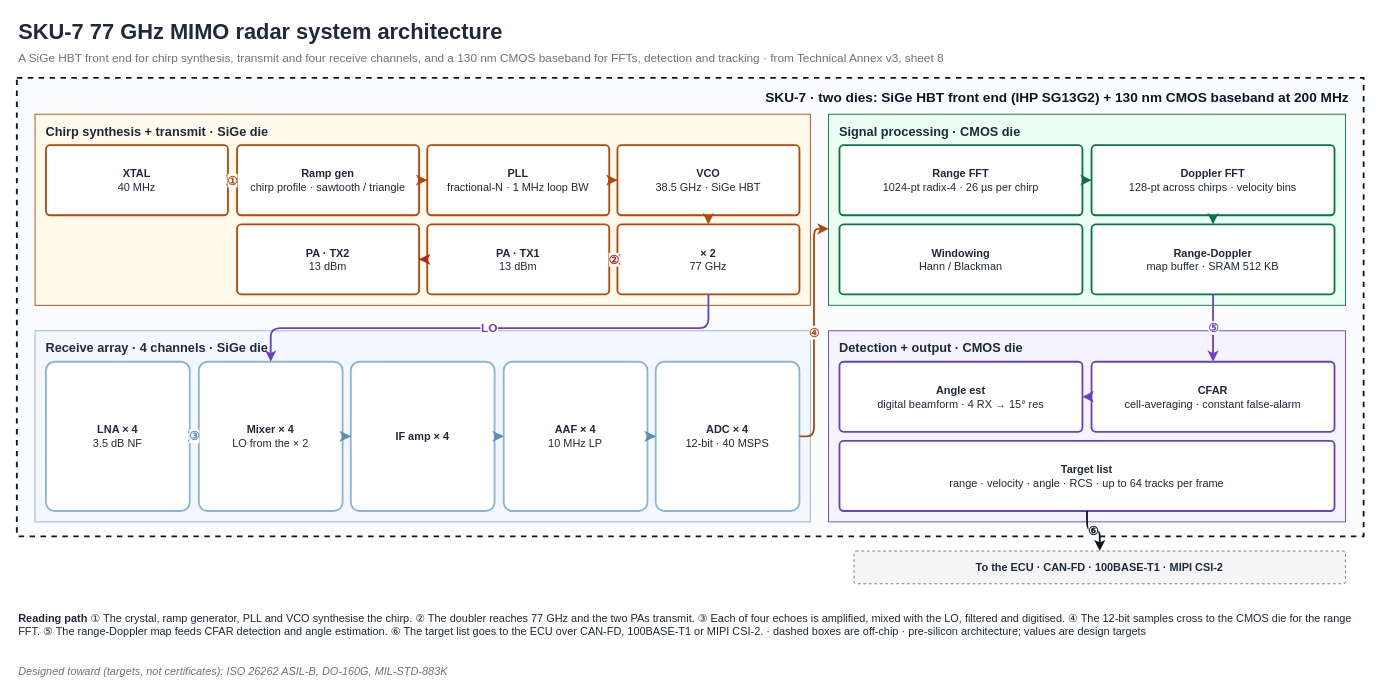
Before: public/downloads/sku-7-architecture.drawio in shekerkamma/deepgrid-dr-silicon-v10, a draw.io diagram. Source tidied: cells renumbered, new cells numbered last; positions are measured from the earlier drawing's top-left corner, leaving out a move shared by most shapes. Both pictures are drawn from the tidied source at 91%, with x=0, y=0 at pixel (16, 15).
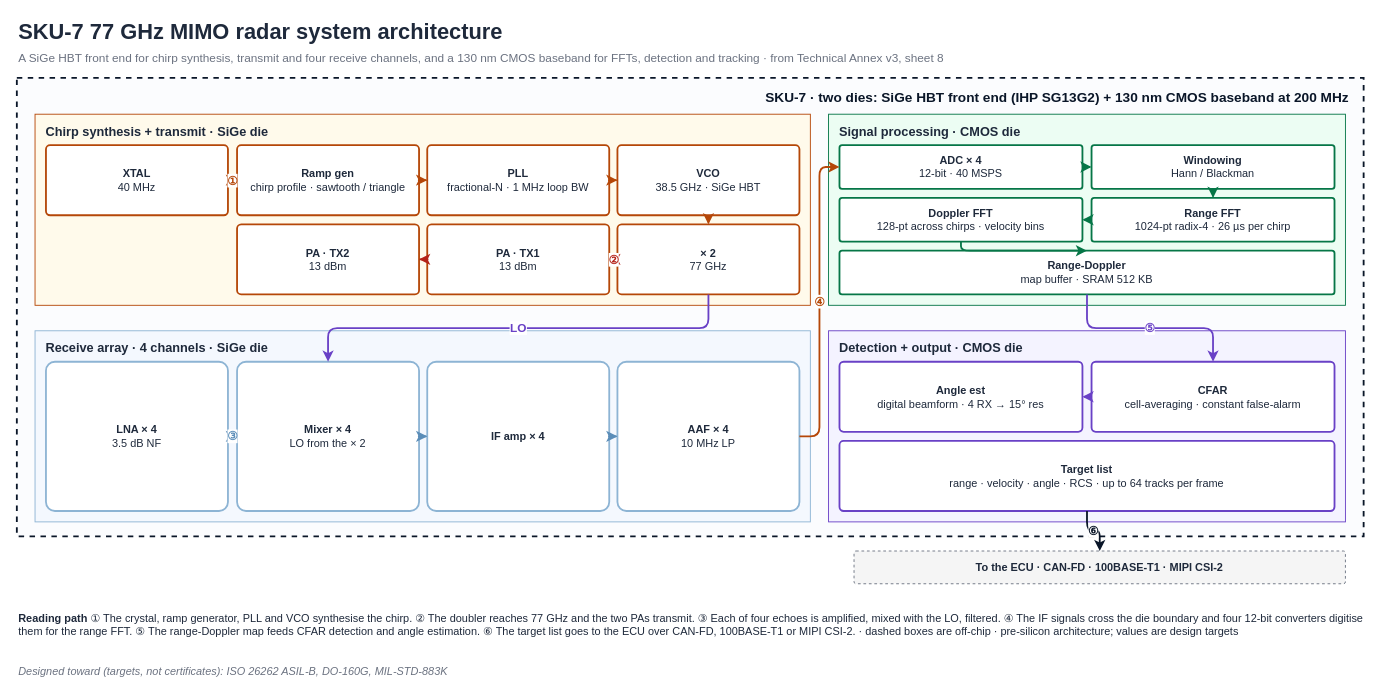
After the change.

Commit message (it also covers changes not shown here):
fix(v6): SKU-7 converters sit on the CMOS die, as the product page states

Unchanged cells that the change refers to:
```xml
<mxCell id="12" value="&lt;b&gt;× 2&lt;/b&gt;&lt;br&gt;77 GHz" style="rounded=1;whiteSpace=wrap;html=1;fillColor=#FFFFFF;strokeColor=#B54708;strokeWidth=2;fontSize=12;fontColor=#1E293B;arcSize=6;" parent="1" vertex="1">
  <mxGeometry x="660" y="229" width="200" height="77" as="geometry" />
</mxCell>
<mxCell id="13" value="Signal processing · CMOS die" style="rounded=0;whiteSpace=wrap;html=1;fillColor=#ECFDF3;strokeColor=#067647;verticalAlign=top;align=left;spacingLeft=10;spacingTop=4;fontSize=14;fontStyle=1;fontColor=#1E293B;" parent="1" vertex="1">
  <mxGeometry x="892" y="108" width="568" height="210" as="geometry" />
</mxCell>
<mxCell id="25" value="&lt;b&gt;Angle est&lt;/b&gt;&lt;br&gt;digital beamform · 4 RX → 15° res" style="rounded=1;whiteSpace=wrap;html=1;fillColor=#FFFFFF;strokeColor=#6941C6;strokeWidth=2;fontSize=12;fontColor=#1E293B;arcSize=6;" parent="1" vertex="1">
  <mxGeometry x="904" y="380" width="267" height="77" as="geometry" />
</mxCell>
<mxCell id="26" value="&lt;b&gt;CFAR&lt;/b&gt;&lt;br&gt;cell-averaging · constant false-alarm" style="rounded=1;whiteSpace=wrap;html=1;fillColor=#FFFFFF;strokeColor=#6941C6;strokeWidth=2;fontSize=12;fontColor=#1E293B;arcSize=6;" parent="1" vertex="1">
  <mxGeometry x="1181" y="380" width="267" height="77" as="geometry" />
</mxCell>
<mxCell id="27" value="&lt;b&gt;Target list&lt;/b&gt;&lt;br&gt;range · velocity · angle · RCS · up to 64 tracks per frame" style="rounded=1;whiteSpace=wrap;html=1;fillColor=#FFFFFF;strokeColor=#6941C6;strokeWidth=2;fontSize=12;fontColor=#1E293B;arcSize=6;" parent="1" vertex="1">
  <mxGeometry x="904" y="467" width="544" height="77" as="geometry" />
</mxCell>
<mxCell id="28" value="&lt;b&gt;To the ECU · CAN-FD · 100BASE-T1 · MIPI CSI-2&lt;/b&gt;" style="rounded=1;whiteSpace=wrap;html=1;fillColor=#F5F5F5;strokeColor=#6B7280;dashed=1;fontSize=12;fontColor=#1E293B;arcSize=6;" parent="1" vertex="1">
  <mxGeometry x="920" y="588" width="540" height="36" as="geometry" />
</mxCell>
```

The edit, as a diff of the source:
```diff
@@
-    <mxCell id="14" value="&lt;b&gt;Range FFT&lt;/b&gt;&lt;br&gt;1024-pt radix-4 · 26 µs per chirp" style="rounded=1;whiteSpace=wrap;html=1;fillColor=#FFFFFF;strokeColor=#067647;strokeWidth=2;fontSize=12;fontColor=#1E293B;arcSize=6;" parent="1" vertex="1">
-      <mxGeometry x="904" y="142" width="267" height="77" as="geometry" />
+    <mxCell id="14" value="&lt;b&gt;ADC × 4&lt;/b&gt;&lt;br&gt;12-bit · 40 MSPS" style="rounded=1;whiteSpace=wrap;html=1;fillColor=#FFFFFF;strokeColor=#067647;strokeWidth=2;fontSize=12;fontColor=#1E293B;arcSize=6;" parent="1" vertex="1">
+      <mxGeometry x="904" y="142" width="267" height="48" as="geometry" />
     </mxCell>
-    <mxCell id="15" value="&lt;b&gt;Doppler FFT&lt;/b&gt;&lt;br&gt;128-pt across chirps · velocity bins" style="rounded=1;whiteSpace=wrap;html=1;fillColor=#FFFFFF;strokeColor=#067647;strokeWidth=2;fontSize=12;fontColor=#1E293B;arcSize=6;" parent="1" vertex="1">
-      <mxGeometry x="1181" y="142" width="267" height="77" as="geometry" />
+    <mxCell id="15" value="&lt;b&gt;Windowing&lt;/b&gt;&lt;br&gt;Hann / Blackman" style="rounded=1;whiteSpace=wrap;html=1;fillColor=#FFFFFF;strokeColor=#067647;strokeWidth=2;fontSize=12;fontColor=#1E293B;arcSize=6;" parent="1" vertex="1">
+      <mxGeometry x="1181" y="142" width="267" height="48" as="geometry" />
     </mxCell>
-    <mxCell id="16" value="&lt;b&gt;Windowing&lt;/b&gt;&lt;br&gt;Hann / Blackman" style="rounded=1;whiteSpace=wrap;html=1;fillColor=#FFFFFF;strokeColor=#067647;strokeWidth=2;fontSize=12;fontColor=#1E293B;arcSize=6;" parent="1" vertex="1">
-      <mxGeometry x="904" y="229" width="267" height="77" as="geometry" />
+    <mxCell id="16" value="&lt;b&gt;Doppler FFT&lt;/b&gt;&lt;br&gt;128-pt across chirps · velocity bins" style="rounded=1;whiteSpace=wrap;html=1;fillColor=#FFFFFF;strokeColor=#067647;strokeWidth=2;fontSize=12;fontColor=#1E293B;arcSize=6;" parent="1" vertex="1">
+      <mxGeometry x="904" y="200" width="267" height="48" as="geometry" />
     </mxCell>
-    <mxCell id="17" value="&lt;b&gt;Range-Doppler&lt;/b&gt;&lt;br&gt;map buffer · SRAM 512 KB" style="rounded=1;whiteSpace=wrap;html=1;fillColor=#FFFFFF;strokeColor=#067647;strokeWidth=2;fontSize=12;fontColor=#1E293B;arcSize=6;" parent="1" vertex="1">
-      <mxGeometry x="1181" y="229" width="267" height="77" as="geometry" />
+    <mxCell id="17" value="&lt;b&gt;Range FFT&lt;/b&gt;&lt;br&gt;1024-pt radix-4 · 26 µs per chirp" style="rounded=1;whiteSpace=wrap;html=1;fillColor=#FFFFFF;strokeColor=#067647;strokeWidth=2;fontSize=12;fontColor=#1E293B;arcSize=6;" parent="1" vertex="1">
+      <mxGeometry x="1181" y="200" width="267" height="48" as="geometry" />
     </mxCell>
-    <mxCell id="18" value="Receive array · 4 channels · SiGe die" style="rounded=0;whiteSpace=wrap;html=1;fillColor=#F4F8FE;strokeColor=#8DB4D4;verticalAlign=top;align=left;spacingLeft=10;spacingTop=4;fontSize=14;fontStyle=1;fontColor=#1E293B;" parent="1" vertex="1">
-      <mxGeometry x="20" y="346" width="852" height="210" as="geometry" />
+    <mxCell id="18" value="&lt;b&gt;Range-Doppler&lt;/b&gt;&lt;br&gt;map buffer · SRAM 512 KB" style="rounded=1;whiteSpace=wrap;html=1;fillColor=#FFFFFF;strokeColor=#067647;strokeWidth=2;fontSize=12;fontColor=#1E293B;arcSize=6;" parent="1" vertex="1">
+      <mxGeometry x="904" y="258" width="544" height="48" as="geometry" />
     </mxCell>
-    <mxCell id="19" value="&lt;b&gt;LNA × 4&lt;/b&gt;&lt;br&gt;3.5 dB NF" style="rounded=1;whiteSpace=wrap;html=1;fillColor=#FFFFFF;strokeColor=#8DB4D4;strokeWidth=2;fontSize=12;fontColor=#1E293B;arcSize=6;" parent="1" vertex="1">
-      <mxGeometry x="32" y="380" width="158" height="164" as="geometry" />
+    <mxCell id="19" value="Receive array · 4 channels · SiGe die" style="rounded=0;whiteSpace=wrap;html=1;fillColor=#F4F8FE;strokeColor=#8DB4D4;verticalAlign=top;align=left;spacingLeft=10;spacingTop=4;fontSize=14;fontStyle=1;fontColor=#1E293B;" parent="1" vertex="1">
+      <mxGeometry x="20" y="346" width="852" height="210" as="geometry" />
     </mxCell>
-    <mxCell id="20" value="&lt;b&gt;Mixer × 4&lt;/b&gt;&lt;br&gt;LO from the × 2" style="rounded=1;whiteSpace=wrap;html=1;fillColor=#FFFFFF;strokeColor=#8DB4D4;strokeWidth=2;fontSize=12;fontColor=#1E293B;arcSize=6;" parent="1" vertex="1">
-      <mxGeometry x="200" y="380" width="158" height="164" as="geometry" />
+    <mxCell id="20" value="&lt;b&gt;LNA × 4&lt;/b&gt;&lt;br&gt;3.5 dB NF" style="rounded=1;whiteSpace=wrap;html=1;fillColor=#FFFFFF;strokeColor=#8DB4D4;strokeWidth=2;fontSize=12;fontColor=#1E293B;arcSize=6;" parent="1" vertex="1">
+      <mxGeometry x="32" y="380" width="200" height="164" as="geometry" />
     </mxCell>
-    <mxCell id="21" value="&lt;b&gt;IF amp × 4&lt;/b&gt;" style="rounded=1;whiteSpace=wrap;html=1;fillColor=#FFFFFF;strokeColor=#8DB4D4;strokeWidth=2;fontSize=12;fontColor=#1E293B;arcSize=6;" parent="1" vertex="1">
-      <mxGeometry x="367" y="380" width="158" height="164" as="geometry" />
+    <mxCell id="21" value="&lt;b&gt;Mixer × 4&lt;/b&gt;&lt;br&gt;LO from the × 2" style="rounded=1;whiteSpace=wrap;html=1;fillColor=#FFFFFF;strokeColor=#8DB4D4;strokeWidth=2;fontSize=12;fontColor=#1E293B;arcSize=6;" parent="1" vertex="1">
+      <mxGeometry x="242" y="380" width="200" height="164" as="geometry" />
     </mxCell>
-    <mxCell id="22" value="&lt;b&gt;AAF × 4&lt;/b&gt;&lt;br&gt;10 MHz LP" style="rounded=1;whiteSpace=wrap;html=1;fillColor=#FFFFFF;strokeColor=#8DB4D4;strokeWidth=2;fontSize=12;fontColor=#1E293B;arcSize=6;" parent="1" vertex="1">
-      <mxGeometry x="535" y="380" width="158" height="164" as="geometry" />
+    <mxCell id="22" value="&lt;b&gt;IF amp × 4&lt;/b&gt;" style="rounded=1;whiteSpace=wrap;html=1;fillColor=#FFFFFF;strokeColor=#8DB4D4;strokeWidth=2;fontSize=12;fontColor=#1E293B;arcSize=6;" parent="1" vertex="1">
+      <mxGeometry x="451" y="380" width="200" height="164" as="geometry" />
     </mxCell>
-    <mxCell id="23" value="&lt;b&gt;ADC × 4&lt;/b&gt;&lt;br&gt;12-bit · 40 MSPS" style="rounded=1;whiteSpace=wrap;html=1;fillColor=#FFFFFF;strokeColor=#8DB4D4;strokeWidth=2;fontSize=12;fontColor=#1E293B;arcSize=6;" parent="1" vertex="1">
-      <mxGeometry x="702" y="380" width="158" height="164" as="geometry" />
+    <mxCell id="23" value="&lt;b&gt;AAF × 4&lt;/b&gt;&lt;br&gt;10 MHz LP" style="rounded=1;whiteSpace=wrap;html=1;fillColor=#FFFFFF;strokeColor=#8DB4D4;strokeWidth=2;fontSize=12;fontColor=#1E293B;arcSize=6;" parent="1" vertex="1">
+      <mxGeometry x="660" y="380" width="200" height="164" as="geometry" />
     </mxCell>
@@
-    <mxCell id="35" value="LO" style="edgeStyle=orthogonalEdgeStyle;rounded=1;html=1;strokeColor=#6941C6;strokeWidth=2;fontSize=13;fontStyle=1;fontColor=#6941C6;labelBackgroundColor=#FFFFFF;exitX=0.5;exitY=1;entryX=0.5;entryY=0;" parent="1" edge="1" source="12" target="20">
+    <mxCell id="35" value="LO" style="edgeStyle=orthogonalEdgeStyle;rounded=1;html=1;strokeColor=#6941C6;strokeWidth=2;fontSize=13;fontStyle=1;fontColor=#6941C6;labelBackgroundColor=#FFFFFF;exitX=0.5;exitY=1;entryX=0.5;entryY=0;" parent="1" edge="1" source="12" target="21">
       <mxGeometry relative="1" as="geometry" />
     </mxCell>
-    <mxCell id="36" value="③" style="edgeStyle=orthogonalEdgeStyle;rounded=1;html=1;strokeColor=#5B8DB8;strokeWidth=2;fontSize=13;fontStyle=1;fontColor=#5B8DB8;labelBackgroundColor=#FFFFFF;" parent="1" edge="1" source="19" target="20">
+    <mxCell id="36" value="③" style="edgeStyle=orthogonalEdgeStyle;rounded=1;html=1;strokeColor=#5B8DB8;strokeWidth=2;fontSize=13;fontStyle=1;fontColor=#5B8DB8;labelBackgroundColor=#FFFFFF;" parent="1" edge="1" source="20" target="21">
       <mxGeometry relative="1" as="geometry" />
     </mxCell>
-    <mxCell id="37" style="edgeStyle=orthogonalEdgeStyle;rounded=1;html=1;strokeColor=#5B8DB8;strokeWidth=2;fontSize=13;fontStyle=1;fontColor=#5B8DB8;labelBackgroundColor=#FFFFFF;" parent="1" edge="1" source="20" target="21">
+    <mxCell id="37" style="edgeStyle=orthogonalEdgeStyle;rounded=1;html=1;strokeColor=#5B8DB8;strokeWidth=2;fontSize=13;fontStyle=1;fontColor=#5B8DB8;labelBackgroundColor=#FFFFFF;" parent="1" edge="1" source="21" target="22">
       <mxGeometry relative="1" as="geometry" />
     </mxCell>
-    <mxCell id="38" style="edgeStyle=orthogonalEdgeStyle;rounded=1;html=1;strokeColor=#5B8DB8;strokeWidth=2;fontSize=13;fontStyle=1;fontColor=#5B8DB8;labelBackgroundColor=#FFFFFF;" parent="1" edge="1" source="21" target="22">
+    <mxCell id="38" style="edgeStyle=orthogonalEdgeStyle;rounded=1;html=1;strokeColor=#5B8DB8;strokeWidth=2;fontSize=13;fontStyle=1;fontColor=#5B8DB8;labelBackgroundColor=#FFFFFF;" parent="1" edge="1" source="22" target="23">
       <mxGeometry relative="1" as="geometry" />
     </mxCell>
-    <mxCell id="39" style="edgeStyle=orthogonalEdgeStyle;rounded=1;html=1;strokeColor=#5B8DB8;strokeWidth=2;fontSize=13;fontStyle=1;fontColor=#5B8DB8;labelBackgroundColor=#FFFFFF;" parent="1" edge="1" source="22" target="23">
+    <mxCell id="39" value="④" style="edgeStyle=orthogonalEdgeStyle;rounded=1;html=1;strokeColor=#B54708;strokeWidth=2;fontSize=13;fontStyle=1;fontColor=#B54708;labelBackgroundColor=#FFFFFF;exitX=1;exitY=0.5;entryX=0;entryY=0.5;" parent="1" edge="1" source="23" target="14">
       <mxGeometry relative="1" as="geometry" />
     </mxCell>
-    <mxCell id="40" value="④" style="edgeStyle=orthogonalEdgeStyle;rounded=1;html=1;strokeColor=#B54708;strokeWidth=2;fontSize=13;fontStyle=1;fontColor=#B54708;labelBackgroundColor=#FFFFFF;exitX=1;exitY=0.5;entryX=0;entryY=0.6;" parent="1" edge="1" source="23" target="13">
+    <mxCell id="40" style="edgeStyle=orthogonalEdgeStyle;rounded=1;html=1;strokeColor=#067647;strokeWidth=2;fontSize=13;fontStyle=1;fontColor=#067647;labelBackgroundColor=#FFFFFF;" parent="1" edge="1" source="14" target="15">
       <mxGeometry relative="1" as="geometry" />
     </mxCell>
-    <mxCell id="41" style="edgeStyle=orthogonalEdgeStyle;rounded=1;html=1;strokeColor=#067647;strokeWidth=2;fontSize=13;fontStyle=1;fontColor=#067647;labelBackgroundColor=#FFFFFF;" parent="1" edge="1" source="14" target="15">
+    <mxCell id="41" style="edgeStyle=orthogonalEdgeStyle;rounded=1;html=1;strokeColor=#067647;strokeWidth=2;fontSize=13;fontStyle=1;fontColor=#067647;labelBackgroundColor=#FFFFFF;" parent="1" edge="1" source="15" target="17">
       <mxGeometry relative="1" as="geometry" />
     </mxCell>
-    <mxCell id="42" style="edgeStyle=orthogonalEdgeStyle;rounded=1;html=1;strokeColor=#067647;strokeWidth=2;fontSize=13;fontStyle=1;fontColor=#067647;labelBackgroundColor=#FFFFFF;" parent="1" edge="1" source="15" target="17">
+    <mxCell id="42" style="edgeStyle=orthogonalEdgeStyle;rounded=1;html=1;strokeColor=#067647;strokeWidth=2;fontSize=13;fontStyle=1;fontColor=#067647;labelBackgroundColor=#FFFFFF;" parent="1" edge="1" source="17" target="16">
       <mxGeometry relative="1" as="geometry" />
     </mxCell>
-    <mxCell id="43" value="⑤" style="edgeStyle=orthogonalEdgeStyle;rounded=1;html=1;strokeColor=#6941C6;strokeWidth=2;fontSize=13;fontStyle=1;fontColor=#6941C6;labelBackgroundColor=#FFFFFF;" parent="1" edge="1" source="17" target="26">
+    <mxCell id="43" style="edgeStyle=orthogonalEdgeStyle;rounded=1;html=1;strokeColor=#067647;strokeWidth=2;fontSize=13;fontStyle=1;fontColor=#067647;labelBackgroundColor=#FFFFFF;" parent="1" edge="1" source="16" target="18">
       <mxGeometry relative="1" as="geometry" />
     </mxCell>
-    <mxCell id="44" style="edgeStyle=orthogonalEdgeStyle;rounded=1;html=1;strokeColor=#6941C6;strokeWidth=2;fontSize=13;fontStyle=1;fontColor=#6941C6;labelBackgroundColor=#FFFFFF;" parent="1" edge="1" source="26" target="25">
+    <mxCell id="44" value="⑤" style="edgeStyle=orthogonalEdgeStyle;rounded=1;html=1;strokeColor=#6941C6;strokeWidth=2;fontSize=13;fontStyle=1;fontColor=#6941C6;labelBackgroundColor=#FFFFFF;" parent="1" edge="1" source="18" target="26">
       <mxGeometry relative="1" as="geometry" />
     </mxCell>
-    <mxCell id="45" value="⑥" style="edgeStyle=orthogonalEdgeStyle;rounded=1;html=1;strokeColor=#0A1628;strokeWidth=2;fontSize=13;fontStyle=1;fontColor=#0A1628;labelBackgroundColor=#FFFFFF;" parent="1" edge="1" source="27" target="28">
+    <mxCell id="45" style="edgeStyle=orthogonalEdgeStyle;rounded=1;html=1;strokeColor=#6941C6;strokeWidth=2;fontSize=13;fontStyle=1;fontColor=#6941C6;labelBackgroundColor=#FFFFFF;" parent="1" edge="1" source="26" target="25">
       <mxGeometry relative="1" as="geometry" />
     </mxCell>
-    <mxCell id="46" value="&lt;b&gt;Reading path&lt;/b&gt;   ①  The crystal, ramp generator, PLL and VCO synthesise the chirp.   ②  The doubler reaches 77 GHz and the two PAs transmit.   ③  Each of four echoes is amplified, mixed with the LO, filtered and digitised.   ④  The 12-bit samples cross to the CMOS die for the range FFT.   ⑤  The range-Doppler map feeds CFAR detection and angle estimation.   ⑥  The target list goes to the ECU over CAN-FD, 100BASE-T1 or MIPI CSI-2.   ·   dashed boxes are off-chip   ·   pre-silicon architecture; values are design targets" style="text;html=1;align=left;verticalAlign=middle;whiteSpace=wrap;fontSize=12;fontColor=#1E293B;" parent="1" vertex="1">
-      <mxGeometry y="640" width="1480" height="58" as="geometry" />
+    <mxCell id="46" value="⑥" style="edgeStyle=orthogonalEdgeStyle;rounded=1;html=1;strokeColor=#0A1628;strokeWidth=2;fontSize=13;fontStyle=1;fontColor=#0A1628;labelBackgroundColor=#FFFFFF;" parent="1" edge="1" source="27" target="28">
+      <mxGeometry relative="1" as="geometry" />
     </mxCell>
-    <mxCell id="47" value="Designed toward (targets, not certificates): ISO 26262 ASIL-B, DO-160G, MIL-STD-883K" style="text;html=1;align=left;verticalAlign=middle;whiteSpace=wrap;fontSize=12;fontColor=#6B7280;fontStyle=2;" parent="1" vertex="1">
-      <mxGeometry y="710" width="1480" height="22" as="geometry" />
+    <mxCell id="47" value="&lt;b&gt;Reading path&lt;/b&gt;   ①  The crystal, ramp generator, PLL and VCO synthesise the chirp.   ②  The doubler reaches 77 GHz and the two PAs transmit.   ③  Each of four echoes is amplified, mixed with the LO, filtered.   ④  The IF signals cross the die boundary and four 12-bit converters digitise them for the range FFT.   ⑤  The range-Doppler map feeds CFAR detection and angle estimation.   ⑥  The target list goes to the ECU over CAN-FD, 100BASE-T1 or MIPI CSI-2.   ·   dashed boxes are off-chip   ·   pre-silicon architecture; values are design targets" style="text;html=1;align=left;verticalAlign=middle;whiteSpace=wrap;fontSize=12;fontColor=#1E293B;" parent="1" vertex="1">
+      <mxGeometry y="640" width="1480" height="58" as="geometry" />
     </mxCell>
+    <mxCell id="48" value="Designed toward (targets, not certificates): ISO 26262 ASIL-B, DO-160G, MIL-STD-883K" style="text;html=1;align=left;verticalAlign=middle;whiteSpace=wrap;fontSize=12;fontColor=#6B7280;fontStyle=2;" parent="1" vertex="1">
+      <mxGeometry y="710" width="1480" height="22" as="geometry" />
+    </mxCell>
```
